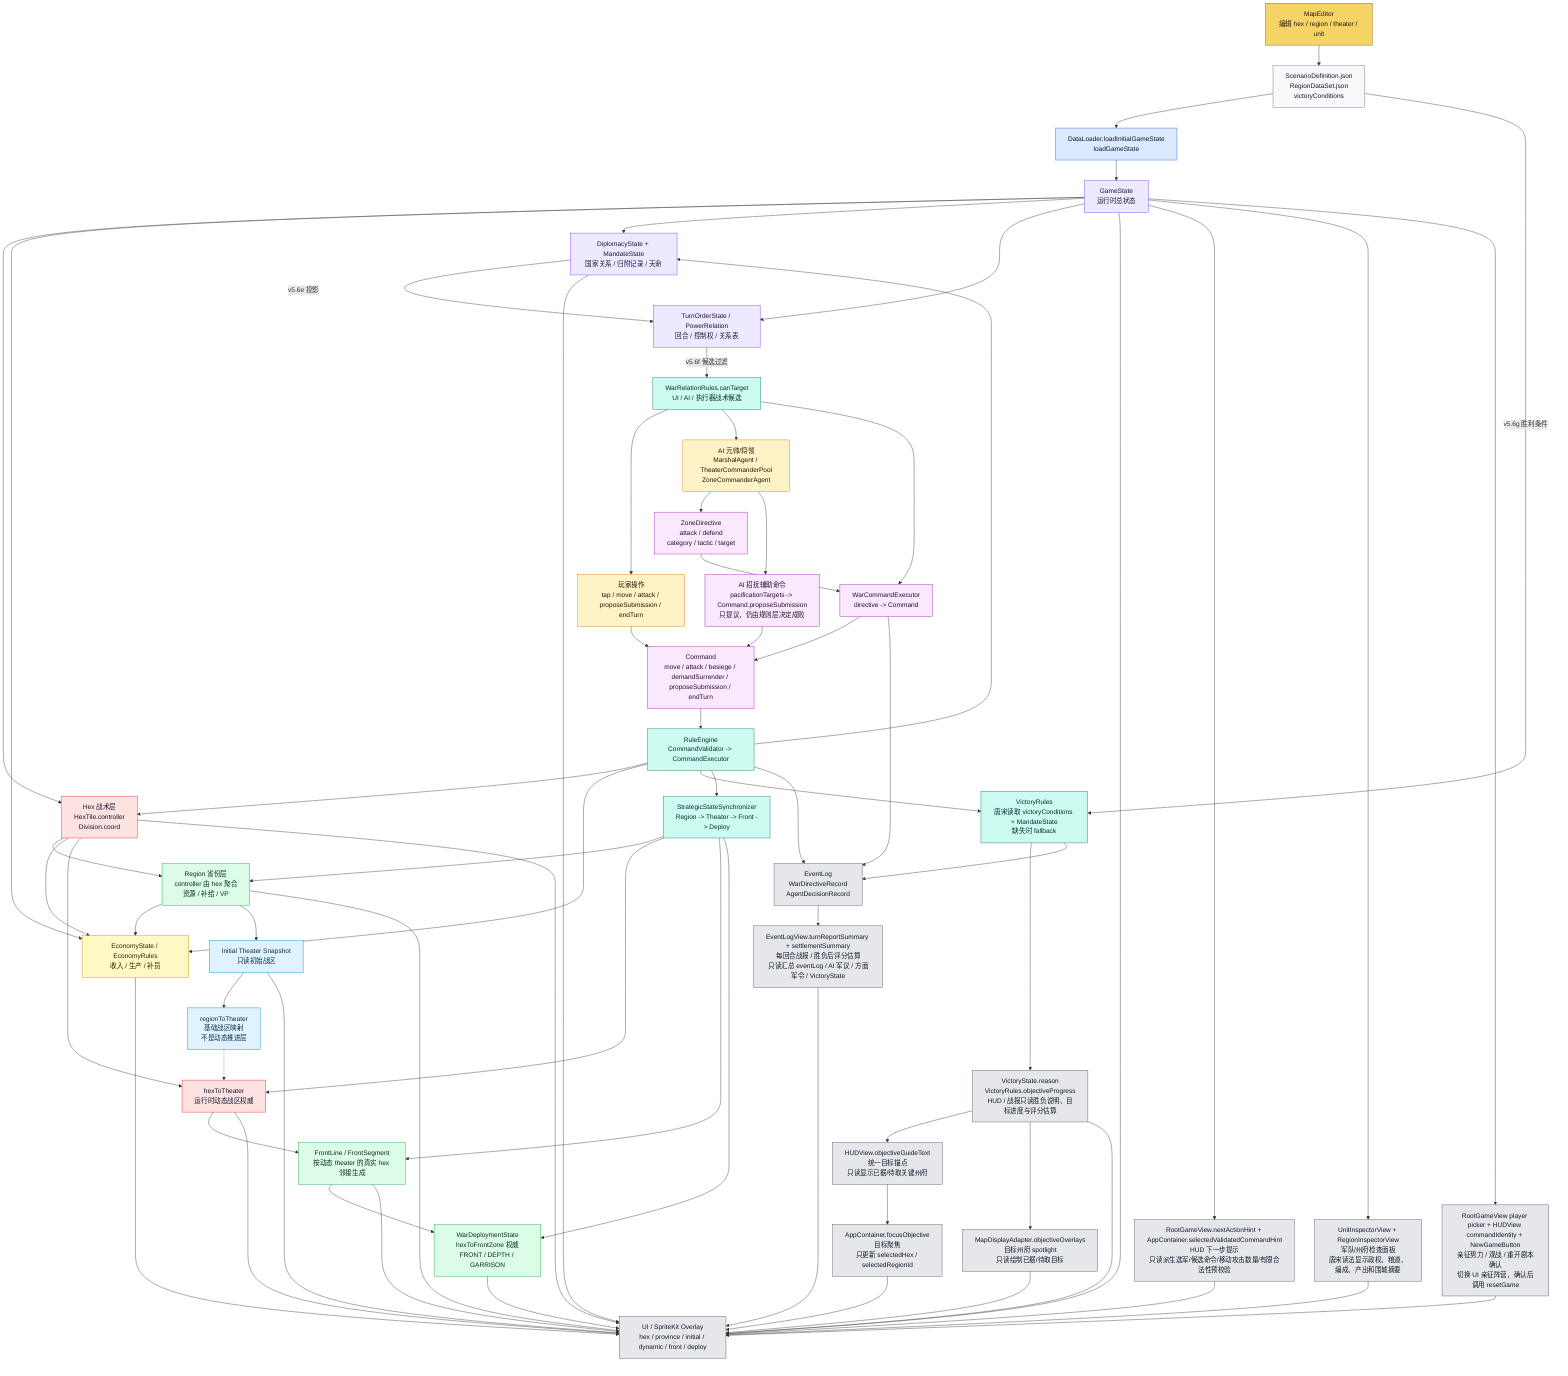
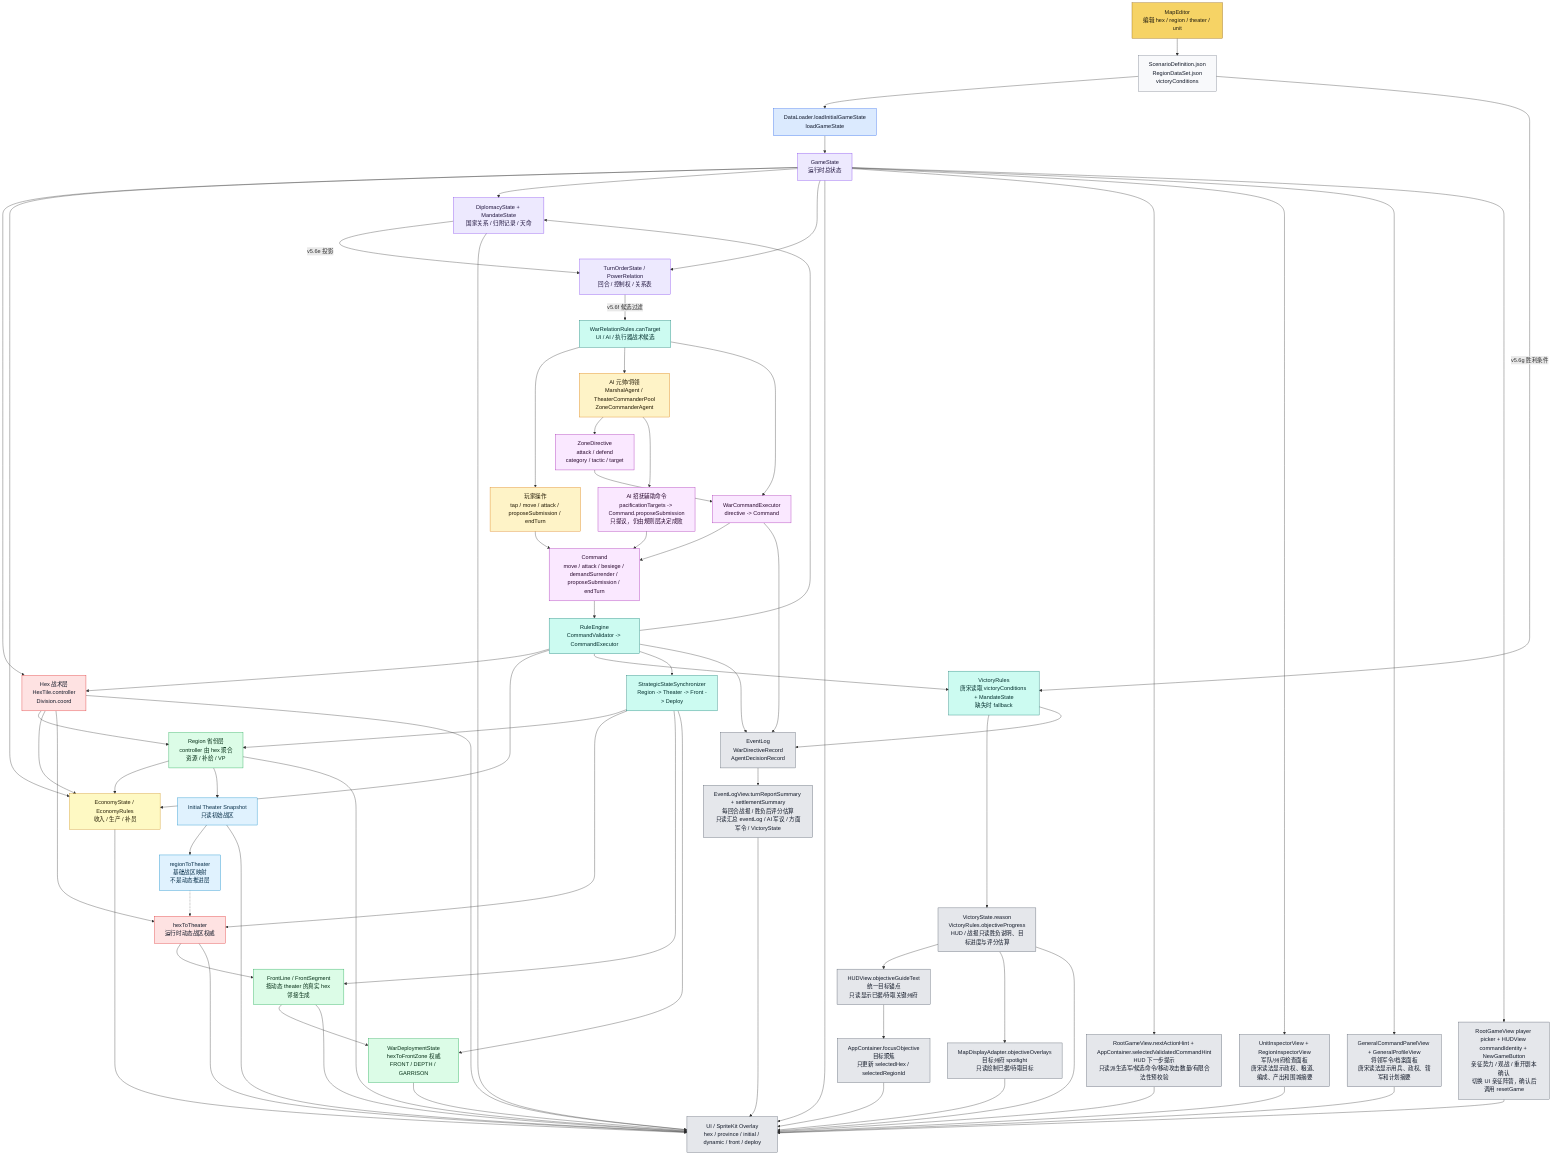
flowchart TD
    ME["MapEditor<br/>编辑 hex / region / theater / unit"]:::editor
    JSON["ScenarioDefinition.json<br/>RegionDataSet.json<br/>victoryConditions"]:::data
    DL["DataLoader.loadInitialGameState<br/>loadGameState"]:::loader
    GS["GameState<br/>运行时总状态"]:::state

    HEX["Hex 战术层<br/>HexTile.controller<br/>Division.coord"]:::authority
    REGION["Region 省份层<br/>controller 由 hex 聚合<br/>资源 / 补给 / VP"]:::derived
    INIT["Initial Theater Snapshot<br/>只读初始战区"]:::snapshot
    R2T["regionToTheater<br/>基础战区映射<br/>不是动态推进层"]:::snapshot
    H2T["hexToTheater<br/>运行时动态战区权威"]:::authority
    FRONT["FrontLine / FrontSegment<br/>按动态 theater 的真实 hex 邻接生成"]:::derived
    DEPLOY["WarDeploymentState<br/>hexToFrontZone 权威<br/>FRONT / DEPTH / GARRISON"]:::derived
    ECO["EconomyState / EconomyRules<br/>收入 / 生产 / 补员"]:::economy
    DIP["DiplomacyState + MandateState<br/>国家关系 / 归附记录 / 天命"]:::state
    TURN["TurnOrderState / PowerRelation<br/>回合 / 控制权 / 关系表"]:::state
    RELCAND["WarRelationRules.canTarget<br/>UI / AI / 执行器战术候选"]:::rules
    VICT["VictoryRules<br/>唐宋读取 victoryConditions + MandateState<br/>缺失时 fallback"]:::rules
    VICTEXT["VictoryState.reason<br/>VictoryRules.objectiveProgress<br/>HUD / 战报只读胜负说明、目标进度与评分估算"]:::ui
    GOAL["HUDView.objectiveGuideText<br/>统一目标锚点<br/>只读显示已据/待取关键州府"]:::ui
    FOCUS["AppContainer.focusObjective<br/>目标聚焦<br/>只更新 selectedHex / selectedRegionId"]:::ui
    SPOTLIGHT["MapDisplayAdapter.objectiveOverlays<br/>目标州府 spotlight<br/>只读绘制已据/待取目标"]:::ui
    TURNREPORT["EventLogView.turnReportSummary + settlementSummary<br/>每回合战报 / 胜负后评分估算<br/>只读汇总 eventLog / AI 军议 / 方面军令 / VictoryState"]:::ui
    SESSIONHUD["RootGameView player picker + HUDView commandIdentity + NewGameButton<br/>亲征势力 / 观战 / 重开剧本确认<br/>切换 UI 亲征阵营，确认后调用 resetGame"]:::ui
    HINT["RootGameView.nextActionHint + AppContainer.selectedValidatedCommandHint<br/>HUD 下一步提示<br/>只读派生选军/候选命令/移动攻击数量/有限合法性预校验"]:::ui
    INSPECT["UnitInspectorView + RegionInspectorView<br/>军队/州府检查面板<br/>唐宋读法显示政权、粮道、编成、产出和围城摘要"]:::ui
+     GENPANELS["GeneralCommandPanelView + GeneralProfileView<br/>将领军令/档案面板<br/>唐宋读法显示用兵、政权、辖军和计划摘要"]:::ui

    PLAYER["玩家操作<br/>tap / move / attack / proposeSubmission / endTurn"]:::input
    AI["AI 元帅/将领<br/>MarshalAgent / TheaterCommanderPool<br/>ZoneCommanderAgent"]:::input
    AIPAC["AI 招抚辅助命令<br/>pacificationTargets -> Command.proposeSubmission<br/>只提议，仍由规则层决定成败"]:::command
    ZD["ZoneDirective<br/>attack / defend<br/>category / tactic / target"]:::command
    WCE["WarCommandExecutor<br/>directive -> Command"]:::command
    CMD["Command<br/>move / attack / besiege / demandSurrender / proposeSubmission / endTurn"]:::command
    RE["RuleEngine<br/>CommandValidator -> CommandExecutor"]:::rules
    SYNC["StrategicStateSynchronizer<br/>Region -> Theater -> Front -> Deploy"]:::rules

    UI["UI / SpriteKit Overlay<br/>hex / province / initial / dynamic / front / deploy"]:::ui
    LOG["EventLog<br/>WarDirectiveRecord<br/>AgentDecisionRecord"]:::ui

    ME --> JSON --> DL --> GS
    GS --> HEX
    HEX --> REGION
    HEX --> ECO
    REGION --> ECO
    REGION --> INIT
    INIT --> R2T
    R2T -.-> H2T
    HEX --> H2T
    H2T --> FRONT --> DEPLOY
    GS --> ECO
    GS --> DIP
    GS --> TURN
    DIP -->|v5.6e 投影| TURN
    TURN -->|v5.6f 候选过滤| RELCAND
    JSON -->|v5.6g 胜利条件| VICT

    PLAYER --> CMD
    RELCAND --> PLAYER
    RELCAND --> AI
    RELCAND --> WCE
    AI --> ZD --> WCE --> CMD
    AI --> AIPAC --> CMD
    CMD --> RE --> HEX
    RE --> ECO
    RE --> DIP
    RE --> VICT
    RE --> SYNC
    SYNC --> REGION
    SYNC --> H2T
    SYNC --> FRONT
    SYNC --> DEPLOY

    GS --> UI
    GS --> HINT --> UI
    GS --> INSPECT --> UI
+     GS --> GENPANELS --> UI
    GS --> SESSIONHUD --> UI
    VICTEXT --> GOAL --> FOCUS --> UI
    VICTEXT --> SPOTLIGHT --> UI
    HEX --> UI
    REGION --> UI
    INIT --> UI
    H2T --> UI
    FRONT --> UI
    DEPLOY --> UI
    ECO --> UI
    DIP --> UI
    VICT --> VICTEXT --> UI
    RE --> LOG
    VICT --> LOG
    WCE --> LOG
    LOG --> TURNREPORT --> UI

    classDef editor fill:#f6d365,stroke:#8a5a00,color:#1f1b10
    classDef data fill:#f8f9fb,stroke:#6b7280,color:#111827
    classDef loader fill:#dbeafe,stroke:#2563eb,color:#0f172a
    classDef state fill:#ede9fe,stroke:#7c3aed,color:#1f143d
    classDef authority fill:#fee2e2,stroke:#dc2626,color:#111827
    classDef derived fill:#dcfce7,stroke:#16a34a,color:#052e16
    classDef snapshot fill:#e0f2fe,stroke:#0284c7,color:#082f49
    classDef input fill:#fef3c7,stroke:#d97706,color:#1f1600
    classDef economy fill:#fef9c3,stroke:#ca8a04,color:#292107
    classDef command fill:#fae8ff,stroke:#a21caf,color:#2a0a2f
    classDef rules fill:#ccfbf1,stroke:#0f766e,color:#042f2e
    classDef ui fill:#e5e7eb,stroke:#4b5563,color:#111827
